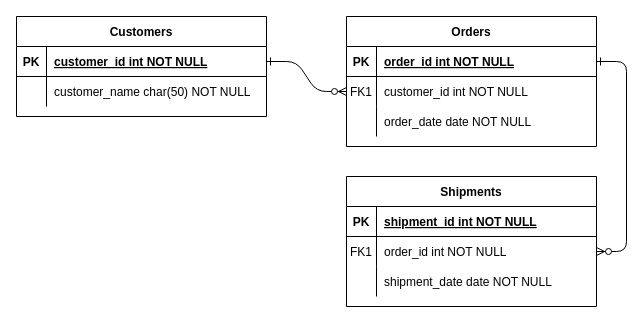
Above: Untitled Diagram.drawio in realib1/access_key_manager (draw.io), before the change. Source tidied: cells renumbered, new cells numbered last; positions are measured from the earlier drawing's top-left corner, leaving out a move shared by most shapes. Both pictures are drawn from the tidied source at 100%, with x=0, y=0 at pixel (16, 16).
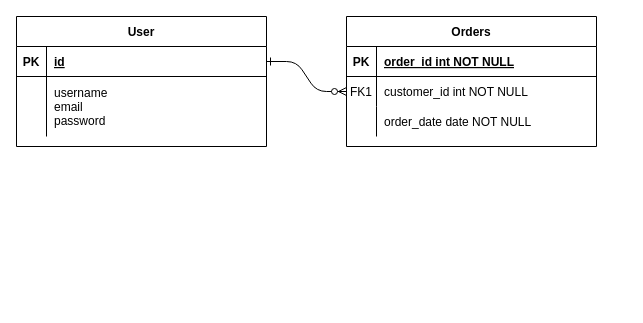
After the change.

Unchanged cells that the change refers to:
```xml
<mxCell id="5" style="shape=partialRectangle;fillColor=none;points=[[0,0.5],[1,0.5]];portConstraint=eastwest;top=0;left=0;right=0;bottom=1;" parent="4" vertex="1">
  <mxGeometry y="30" width="250" height="30" as="geometry" />
</mxCell>
<mxCell id="25" style="shape=partialRectangle;fillColor=none;points=[[0,0.5],[1,0.5]];portConstraint=eastwest;top=0;left=0;right=0;bottom=1;" parent="24" vertex="1">
  <mxGeometry y="30" width="250" height="30" as="geometry" />
</mxCell>
```

The edit, as a diff of the source:
```diff
@@
-    <mxCell id="3" style="edgeStyle=entityRelationEdgeStyle;endArrow=ERzeroToMany;startArrow=ERone;endFill=1;startFill=0;" parent="1" edge="1" source="5" target="18">
-      <mxGeometry relative="1" as="geometry" />
-    </mxCell>
@@
-    <mxCell id="14" value="Shipments" style="shape=table;startSize=30;childLayout=tableLayout;rowLines=0;fontStyle=1;align=center;" parent="1" vertex="1">
-      <mxGeometry x="330" y="160" width="250" height="130" as="geometry" />
-    </mxCell>
-    <mxCell id="15" style="shape=partialRectangle;fillColor=none;top=0;left=0;right=0;bottom=1;" parent="14" vertex="1">
-      <mxGeometry y="30" width="250" height="30" as="geometry" />
-    </mxCell>
-    <mxCell id="16" value="PK" style="shape=partialRectangle;overflow=hidden;fillColor=none;top=0;left=0;bottom=0;right=0;fontStyle=1;" parent="15" vertex="1">
-      <mxGeometry width="30" height="30" as="geometry" />
-    </mxCell>
-    <mxCell id="17" value="shipment_id int NOT NULL " style="shape=partialRectangle;overflow=hidden;fillColor=none;top=0;left=0;bottom=0;right=0;align=left;spacingLeft=6;fontStyle=5;" parent="15" vertex="1">
-      <mxGeometry x="30" width="220" height="30" as="geometry" />
-    </mxCell>
-    <mxCell id="18" style="shape=partialRectangle;fillColor=none;points=[[0,0.5],[1,0.5]];portConstraint=eastwest;top=0;left=0;right=0;bottom=0;" parent="14" vertex="1">
-      <mxGeometry y="60" width="250" height="30" as="geometry" />
-    </mxCell>
-    <mxCell id="19" value="FK1" style="shape=partialRectangle;overflow=hidden;fillColor=none;top=0;left=0;bottom=0;right=0;" parent="18" vertex="1">
-      <mxGeometry width="30" height="30" as="geometry" />
-    </mxCell>
-    <mxCell id="20" value="order_id int NOT NULL" style="shape=partialRectangle;overflow=hidden;fillColor=none;top=0;left=0;bottom=0;right=0;align=left;spacingLeft=6;" parent="18" vertex="1">
-      <mxGeometry x="30" width="220" height="30" as="geometry" />
-    </mxCell>
-    <mxCell id="21" style="shape=partialRectangle;fillColor=none;top=0;left=0;right=0;bottom=0;" parent="14" vertex="1">
-      <mxGeometry y="90" width="250" height="30" as="geometry" />
-    </mxCell>
-    <mxCell id="22" style="shape=partialRectangle;overflow=hidden;fillColor=none;top=0;left=0;bottom=0;right=0;" parent="21" vertex="1">
-      <mxGeometry width="30" height="30" as="geometry" />
-    </mxCell>
-    <mxCell id="23" value="shipment_date date NOT NULL" style="shape=partialRectangle;overflow=hidden;fillColor=none;top=0;left=0;bottom=0;right=0;align=left;spacingLeft=6;" parent="21" vertex="1">
-      <mxGeometry x="30" width="220" height="30" as="geometry" />
-    </mxCell>
-    <mxCell id="24" value="Customers" style="shape=table;startSize=30;childLayout=tableLayout;rowLines=0;fontStyle=1;align=center;" parent="1" vertex="1">
-      <mxGeometry width="250" height="100" as="geometry" />
+    <mxCell id="24" value="User" style="shape=table;startSize=30;childLayout=tableLayout;rowLines=0;fontStyle=1;align=center;" parent="1" vertex="1">
+      <mxGeometry width="250" height="130" as="geometry" />
     </mxCell>
@@
-    <mxCell id="27" value="customer_id int NOT NULL " style="shape=partialRectangle;overflow=hidden;fillColor=none;top=0;left=0;bottom=0;right=0;align=left;spacingLeft=6;fontStyle=5;" parent="25" vertex="1">
+    <mxCell id="27" value="id" style="shape=partialRectangle;overflow=hidden;fillColor=none;top=0;left=0;bottom=0;right=0;align=left;spacingLeft=6;fontStyle=5;" parent="25" vertex="1">
       <mxGeometry x="30" width="220" height="30" as="geometry" />
     </mxCell>
     <mxCell id="28" style="shape=partialRectangle;fillColor=none;top=0;left=0;right=0;bottom=0;" parent="24" vertex="1">
-      <mxGeometry y="60" width="250" height="30" as="geometry" />
+      <mxGeometry y="60" width="250" height="60" as="geometry" />
     </mxCell>
     <mxCell id="29" style="shape=partialRectangle;overflow=hidden;fillColor=none;top=0;left=0;bottom=0;right=0;" parent="28" vertex="1">
-      <mxGeometry width="30" height="30" as="geometry" />
+      <mxGeometry width="30" height="60" as="geometry" />
     </mxCell>
-    <mxCell id="30" value="customer_name char(50) NOT NULL" style="shape=partialRectangle;overflow=hidden;fillColor=none;top=0;left=0;bottom=0;right=0;align=left;spacingLeft=6;" parent="28" vertex="1">
-      <mxGeometry x="30" width="220" height="30" as="geometry" />
+    <mxCell id="30" value="username&#10;email&#10;password" style="shape=partialRectangle;overflow=hidden;fillColor=none;top=0;left=0;bottom=0;right=0;align=left;spacingLeft=6;" parent="28" vertex="1">
+      <mxGeometry x="30" width="220" height="60" as="geometry" />
     </mxCell>
```
